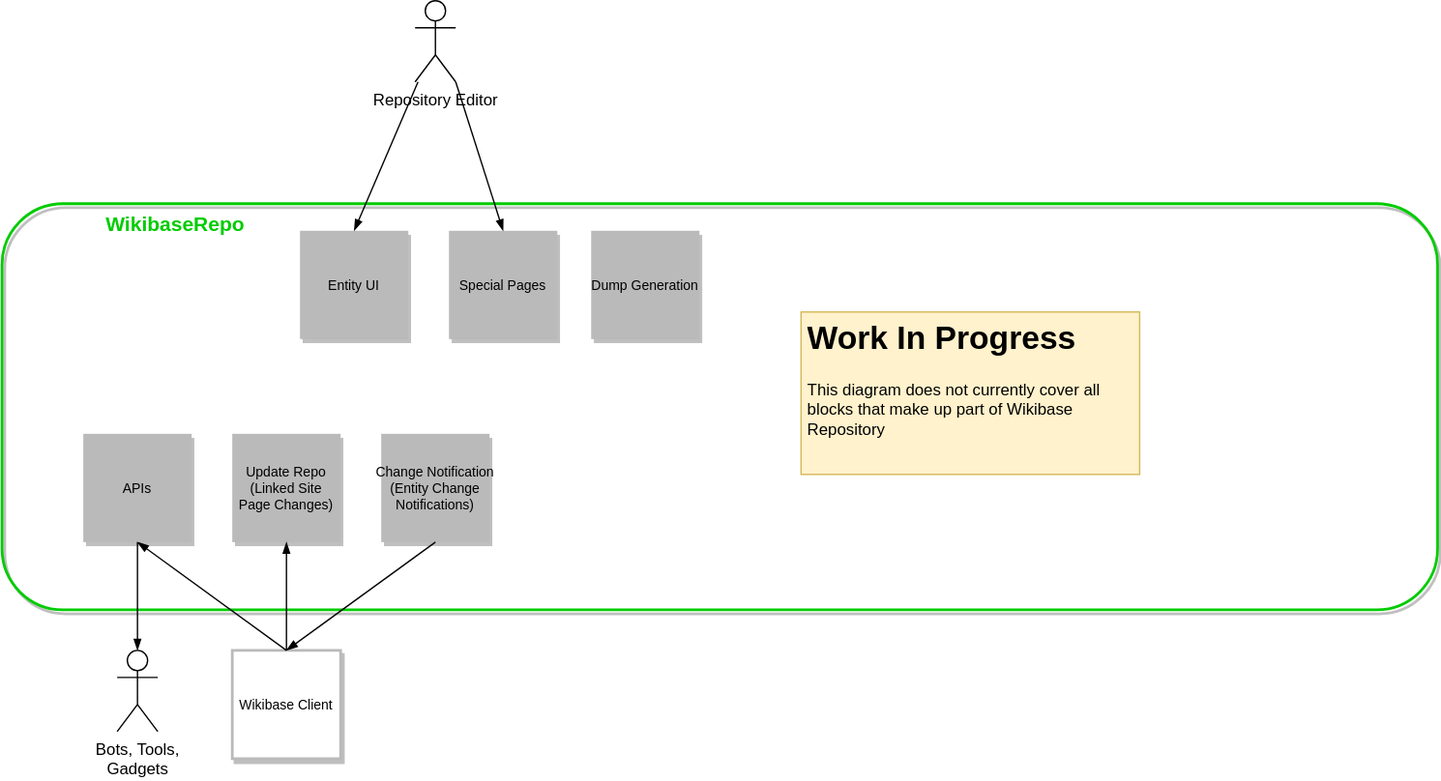
wmde/wikidata-wikibase-architecture keeps this draw.io diagram as systems/WikibaseRepo/diagrams/05-building-blocks.drawio.svg. Above is the earlier version. Source tidied: cells renumbered, new cells last; positions are measured from the earlier drawing's top-left corner, leaving out a move shared by most shapes.
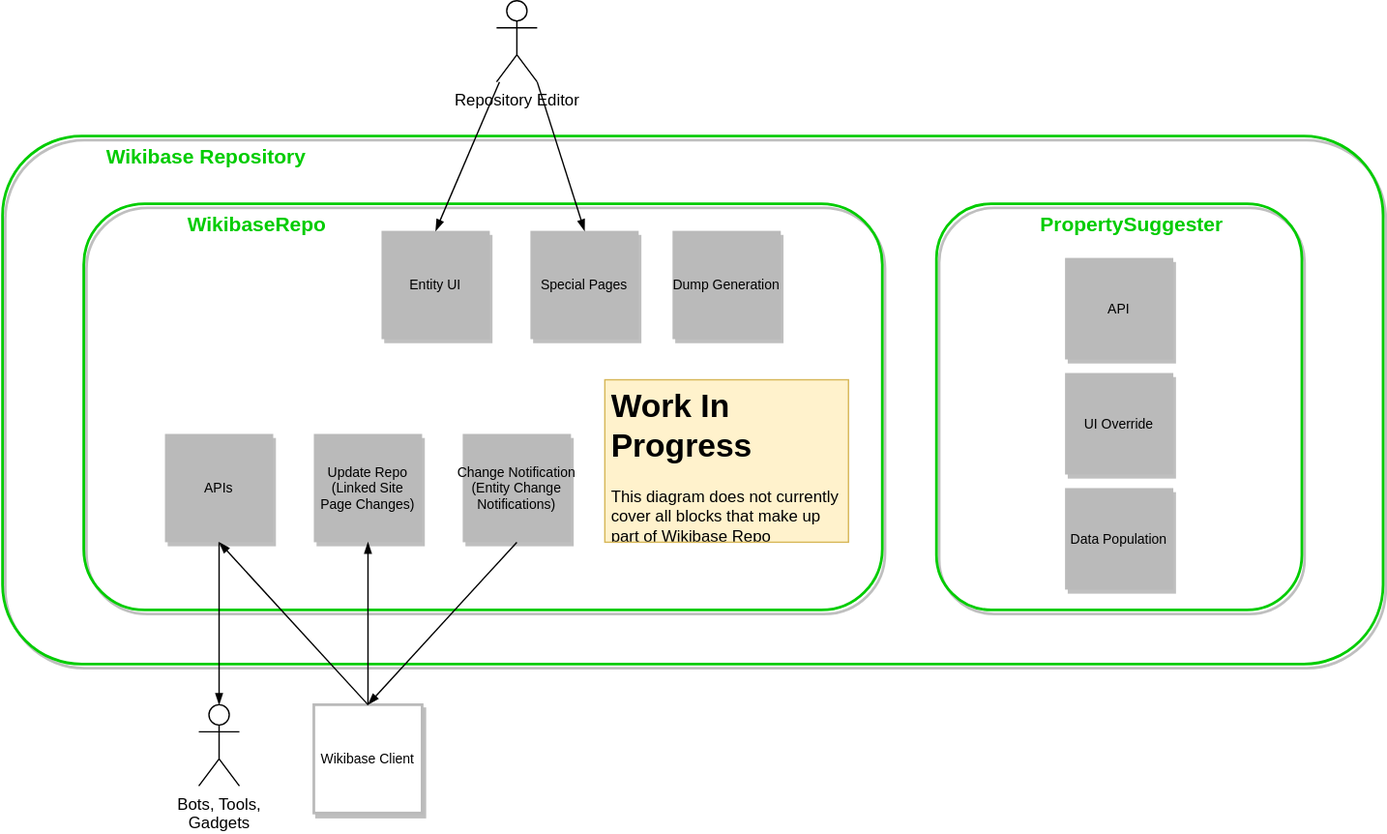
The same file after the commit.

Commit message:
Repo: Add PropertySuggester (current state)

Change to the diagram source:
```diff
@@ -2,11 +2,14 @@
   <root>
     <mxCell id="0" />
     <mxCell id="1" parent="0" />
+    <mxCell id="19" value="Wikibase Repository" style="rounded=1;shadow=1;fontSize=15;fillColor=none;strokeColor=#00CC00;strokeWidth=2;fontColor=#00CC00;fontStyle=1;labelBorderColor=none;labelBackgroundColor=none;horizontal=1;verticalAlign=top;spacingRight=0;spacingLeft=75;align=left;" parent="1" vertex="1">
+      <mxGeometry x="-60" y="100" width="1020" height="390" as="geometry" />
+    </mxCell>
     <mxCell id="2" value="WikibaseRepo" style="rounded=1;shadow=1;fontSize=15;fillColor=none;strokeColor=#00CC00;strokeWidth=2;fontColor=#00CC00;fontStyle=1;labelBorderColor=none;labelBackgroundColor=none;horizontal=1;verticalAlign=top;spacingRight=0;spacingLeft=75;align=left;" parent="1" vertex="1">
-      <mxGeometry y="150" width="1060" height="300" as="geometry" />
+      <mxGeometry y="150" width="590" height="300" as="geometry" />
     </mxCell>
     <mxCell id="3" value="Wikibase Client" style="rounded=0;shadow=1;fontSize=10;fontColor=#000000;direction=west;strokeWidth=2;strokeColor=#BABABA;fillColor=#FFFFFF;" parent="1" vertex="1">
-      <mxGeometry x="170" y="480" width="80" height="80" as="geometry" />
+      <mxGeometry x="170" y="520" width="80" height="80" as="geometry" />
     </mxCell>
     <mxCell id="4" style="endArrow=blockThin;html=1;strokeColor=#000000;fontSize=10;fontColor=#000000;strokeWidth=1;endFill=1;entryX=0.5;entryY=0;entryDx=0;entryDy=0;exitX=0.5;exitY=1;exitDx=0;exitDy=0;" parent="1" edge="1" source="3" target="6">
       <mxGeometry x="100" y="50" as="geometry" />
@@ -18,12 +21,12 @@
       <mxGeometry x="60" y="320" width="80" height="80" as="geometry" />
     </mxCell>
     <mxCell id="7" value="Bots, Tools,&lt;br&gt;Gadgets" style="shape=umlActor;verticalLabelPosition=bottom;verticalAlign=top;html=1;outlineConnect=0;" parent="1" vertex="1">
-      <mxGeometry x="85" y="480" width="30" height="60" as="geometry" />
+      <mxGeometry x="85" y="520" width="30" height="60" as="geometry" />
     </mxCell>
     <mxCell id="8" style="endArrow=none;html=1;strokeColor=#000000;fontSize=10;fontColor=#000000;strokeWidth=1;endFill=0;entryX=0.5;entryY=0;entryDx=0;entryDy=0;startArrow=blockThin;startFill=1;exitX=0.5;exitY=0;exitDx=0;exitDy=0;exitPerimeter=0;" parent="1" edge="1" source="7" target="6">
       <mxGeometry x="140" y="-70" as="geometry" />
     </mxCell>
-    <mxCell id="9" value="Repo Editor" style="shape=umlActor;verticalLabelPosition=bottom;verticalAlign=top;html=1;outlineConnect=0;" parent="1" vertex="1">
+    <mxCell id="9" value="Repository Editor" style="shape=umlActor;verticalLabelPosition=bottom;verticalAlign=top;html=1;outlineConnect=0;" parent="1" vertex="1">
       <mxGeometry x="305" width="30" height="60" as="geometry" />
     </mxCell>
     <mxCell id="10" style="endArrow=none;html=1;strokeColor=#000000;fontSize=10;fontColor=#000000;strokeWidth=1;endFill=0;startArrow=blockThin;startFill=1;exitX=0.5;exitY=0;exitDx=0;exitDy=0;entryX=0.5;entryY=1;entryDx=0;entryDy=0;" parent="1" edge="1" source="5" target="3">
@@ -41,8 +44,8 @@
     <mxCell id="14" style="endArrow=none;html=1;strokeColor=#000000;fontSize=10;fontColor=#000000;strokeWidth=1;endFill=0;startArrow=blockThin;startFill=1;exitX=0.5;exitY=1;exitDx=0;exitDy=0;" parent="1" edge="1" source="13" target="9">
       <mxGeometry x="540" y="-260" as="geometry" />
     </mxCell>
-    <mxCell id="15" value="&lt;h1&gt;Work In Progress&lt;/h1&gt;&lt;p&gt;This diagram does not currently cover all blocks that make up part of Wikibase Repository&lt;/p&gt;" style="text;html=1;strokeColor=#d6b656;fillColor=#fff2cc;spacing=5;spacingTop=-20;whiteSpace=wrap;overflow=hidden;rounded=0;" parent="1" vertex="1">
-      <mxGeometry x="590" y="230" width="250" height="120" as="geometry" />
+    <mxCell id="15" value="&lt;h1&gt;Work In Progress&lt;/h1&gt;&lt;p&gt;This diagram does not currently cover all blocks that make up part of Wikibase Repo&lt;/p&gt;" style="text;html=1;strokeColor=#d6b656;fillColor=#fff2cc;spacing=5;spacingTop=-20;whiteSpace=wrap;overflow=hidden;rounded=0;" parent="1" vertex="1">
+      <mxGeometry x="385" y="280" width="180" height="120" as="geometry" />
     </mxCell>
     <mxCell id="16" value="Special Pages" style="rounded=0;shadow=1;fontSize=10;fontColor=#000000;strokeColor=none;direction=west;fillColor=#BABABA;" parent="1" vertex="1">
       <mxGeometry x="330" y="170" width="80" height="80" as="geometry" />
@@ -53,5 +56,17 @@
     <mxCell id="18" value="Dump Generation" style="rounded=0;shadow=1;fontSize=10;fontColor=#000000;strokeColor=none;direction=west;fillColor=#BABABA;" parent="1" vertex="1">
       <mxGeometry x="435" y="170" width="80" height="80" as="geometry" />
     </mxCell>
+    <mxCell id="20" value="PropertySuggester" style="rounded=1;shadow=1;fontSize=15;fillColor=none;strokeColor=#00CC00;strokeWidth=2;fontColor=#00CC00;fontStyle=1;labelBorderColor=none;labelBackgroundColor=none;horizontal=1;verticalAlign=top;spacingRight=0;spacingLeft=75;align=left;" parent="1" vertex="1">
+      <mxGeometry x="630" y="150" width="270" height="300" as="geometry" />
+    </mxCell>
+    <mxCell id="21" value="API" style="rounded=0;shadow=1;fontSize=10;fontColor=#000000;strokeColor=none;direction=west;fillColor=#BABABA;" parent="1" vertex="1">
+      <mxGeometry x="725" y="190" width="80" height="75" as="geometry" />
+    </mxCell>
+    <mxCell id="22" value="UI Override" style="rounded=0;shadow=1;fontSize=10;fontColor=#000000;strokeColor=none;direction=west;fillColor=#BABABA;" parent="1" vertex="1">
+      <mxGeometry x="725" y="275" width="80" height="75" as="geometry" />
+    </mxCell>
+    <mxCell id="23" value="Data Population" style="rounded=0;shadow=1;fontSize=10;fontColor=#000000;strokeColor=none;direction=west;fillColor=#BABABA;" parent="1" vertex="1">
+      <mxGeometry x="725" y="360" width="80" height="75" as="geometry" />
+    </mxCell>
   </root>
 </mxGraphModel>
```
